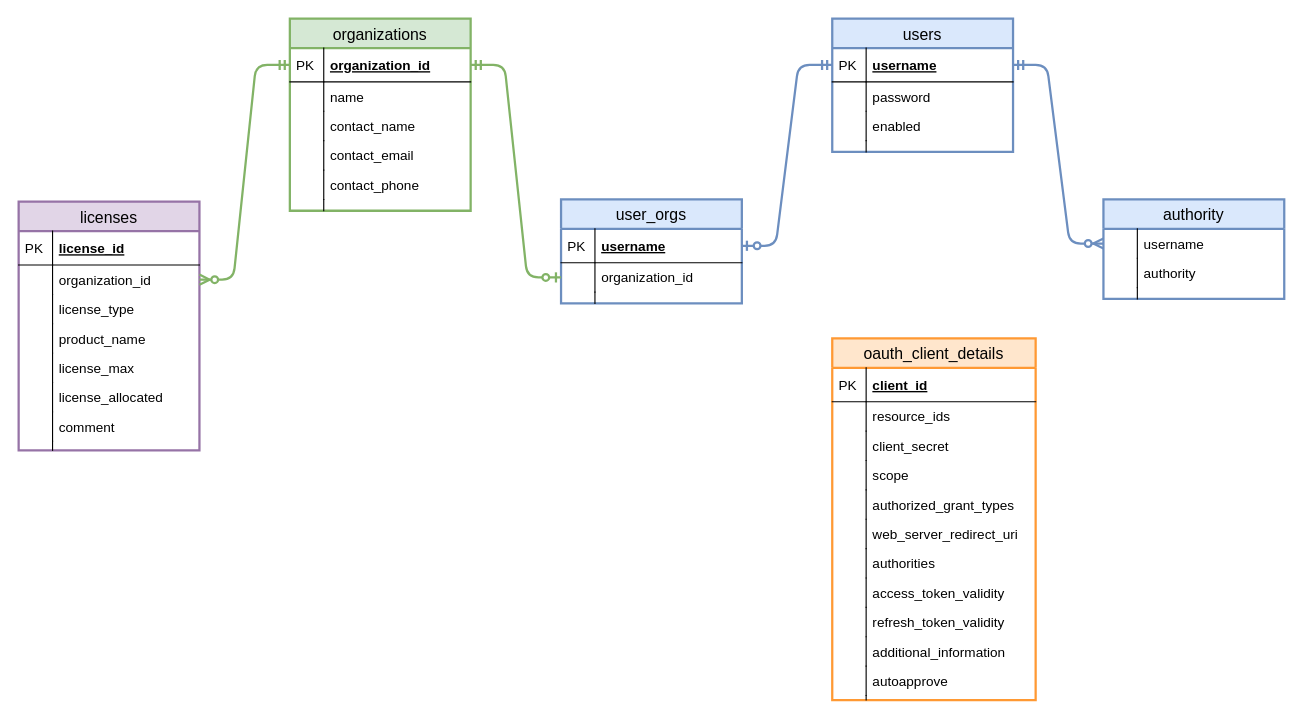
Earlier version of the draw.io diagram readme/drawio/erd.drawio (wuyichen24/spring-microservices-in-action). Source tidied: cells renumbered, new cells numbered last; positions are measured from the earlier drawing's top-left corner, leaving out a move shared by most shapes. Both pictures are drawn from the tidied source at 113%, with x=0, y=0 at pixel (18, 18).
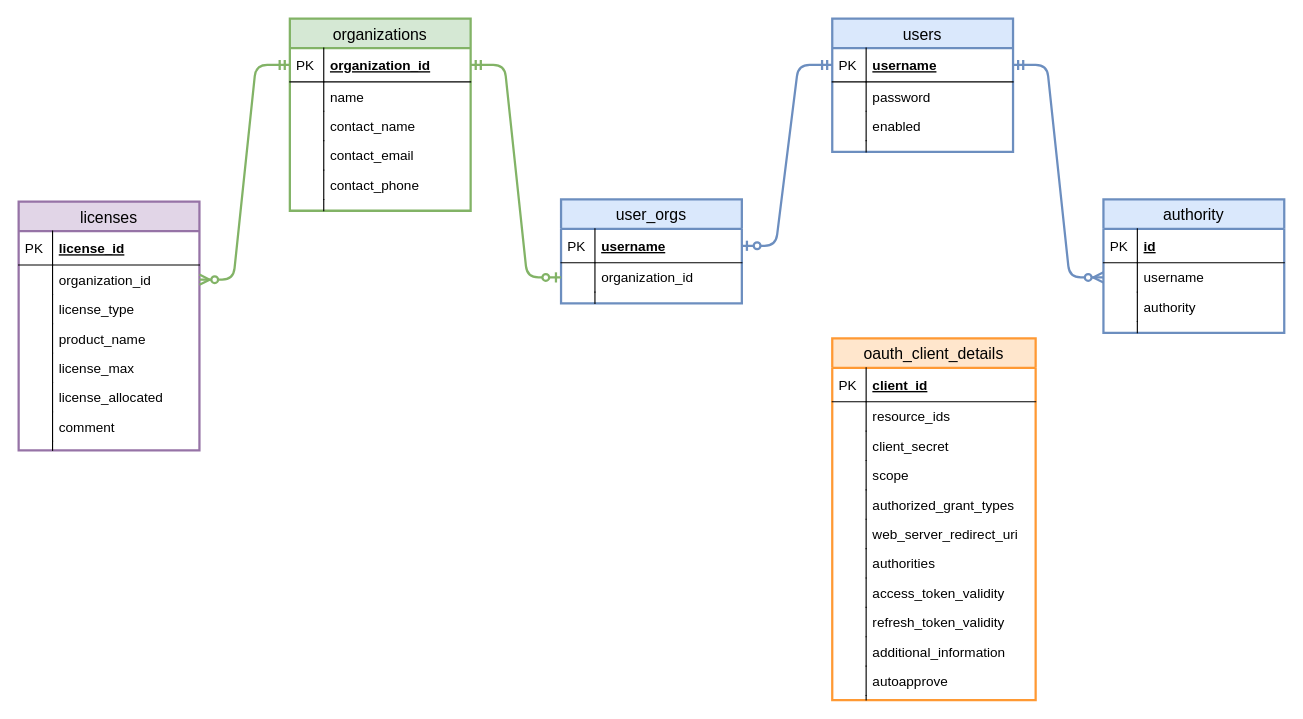
The same diagram, later.

Commit message (it also covers changes not shown here):
update erd diagram

Diff of the diagram source:
```diff
@@
     <mxCell id="31" value="authority" style="swimlane;fontStyle=0;horizontal=1;startSize=26;fillColor=#dae8fc;swimlaneFillColor=#ffffff;align=center;fontSize=14;strokeColor=#6c8ebf;strokeWidth=2;" parent="1" vertex="1">
-      <mxGeometry x="960" y="160" width="160" height="88" as="geometry" />
+      <mxGeometry x="960" y="160" width="160" height="118" as="geometry" />
     </mxCell>
+    <mxCell id="84" value="id" style="shape=partialRectangle;top=0;left=0;right=0;bottom=1;align=left;verticalAlign=middle;fillColor=none;spacingLeft=34;spacingRight=4;overflow=hidden;fontStyle=5;fontSize=12;" parent="31" vertex="1">
+      <mxGeometry y="26" width="160" height="30" as="geometry" />
+    </mxCell>
+    <mxCell id="85" value="PK" style="shape=partialRectangle;top=0;left=0;bottom=0;fillColor=none;align=left;verticalAlign=middle;spacingLeft=4;spacingRight=4;overflow=hidden;fontSize=12;" parent="84" vertex="1">
+      <mxGeometry width="30" height="30" as="geometry" />
+    </mxCell>
     <mxCell id="32" value="username" style="shape=partialRectangle;top=0;left=0;right=0;bottom=0;align=left;verticalAlign=top;fillColor=none;spacingLeft=34;spacingRight=4;overflow=hidden;points=[[0,0.5],[1,0.5]];portConstraint=eastwest;fontSize=12;" parent="31" vertex="1">
-      <mxGeometry y="26" width="160" height="26" as="geometry" />
+      <mxGeometry y="56" width="160" height="26" as="geometry" />
     </mxCell>
@@
     <mxCell id="34" value="authority" style="shape=partialRectangle;top=0;left=0;right=0;bottom=0;align=left;verticalAlign=top;fillColor=none;spacingLeft=34;spacingRight=4;overflow=hidden;fontSize=12;" parent="31" vertex="1">
-      <mxGeometry y="52" width="160" height="26" as="geometry" />
+      <mxGeometry y="82" width="160" height="26" as="geometry" />
     </mxCell>
@@
     <mxCell id="36" style="shape=partialRectangle;top=0;left=0;right=0;bottom=0;align=left;verticalAlign=top;fillColor=none;spacingLeft=34;spacingRight=4;overflow=hidden;fontSize=12;" parent="31" vertex="1">
-      <mxGeometry y="78" width="160" height="10" as="geometry" />
+      <mxGeometry y="108" width="160" height="10" as="geometry" />
     </mxCell>
```
